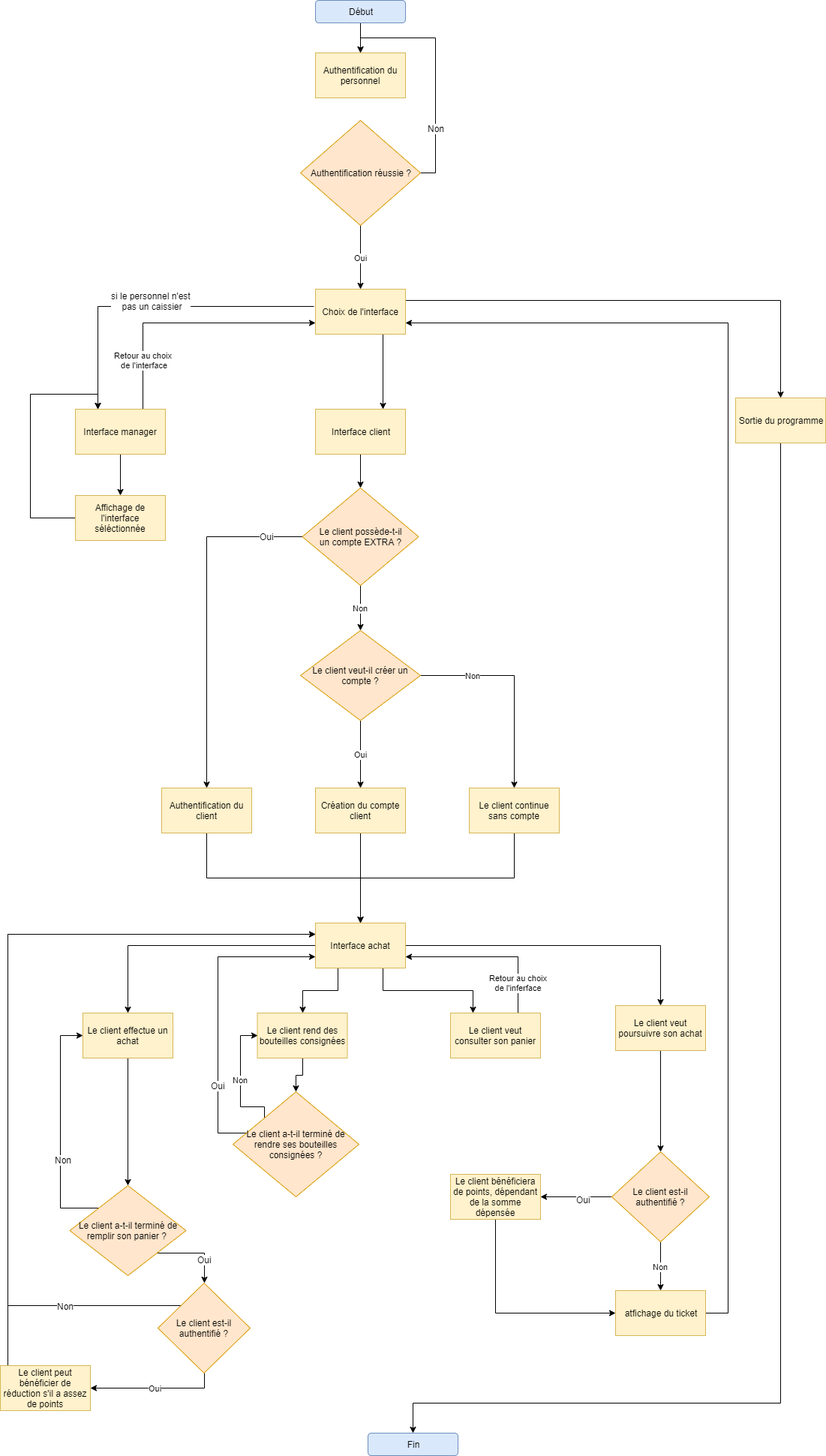
sleepy-monax/shop.c keeps this draw.io diagram as assets/organigramme.png. Above is the earlier version. Source tidied: cells renumbered, new cells last; positions are measured from the earlier drawing's top-left corner, leaving out a move shared by most shapes.
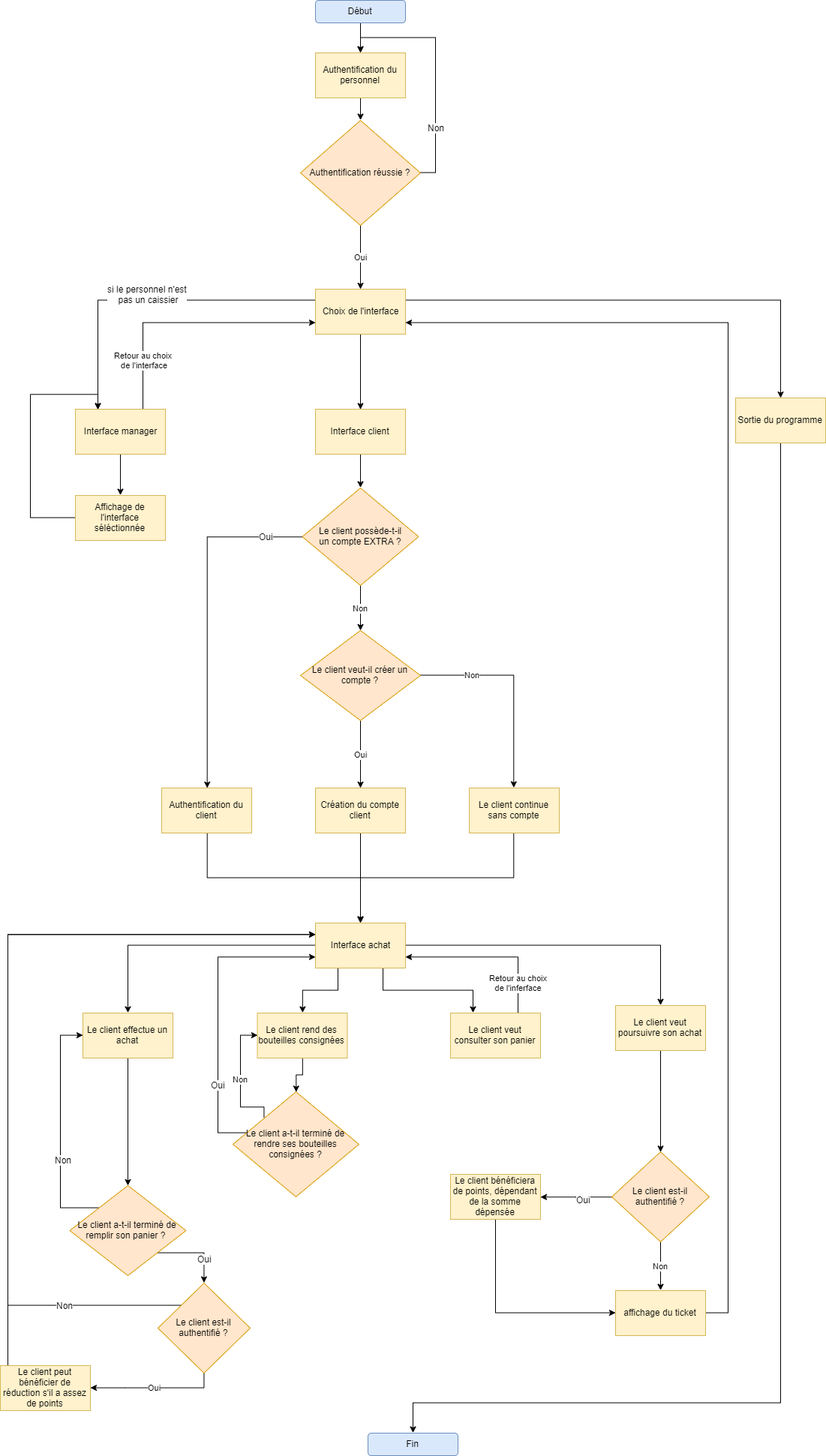
The same diagram one commit later.

Commit message:
Fixed grammar errors and the flowchart

Change to the diagram source:
```diff
@@ -11,11 +11,21 @@
     <mxCell id="4" value="Fin" style="rounded=1;whiteSpace=wrap;html=1;fillColor=#dae8fc;strokeColor=#6c8ebf;" parent="1" vertex="1">
       <mxGeometry x="490" y="1910" width="120" height="30" as="geometry" />
     </mxCell>
+    <mxCell id="73" style="edgeStyle=orthogonalEdgeStyle;rounded=0;jettySize=auto;html=1;exitX=0.5;exitY=1;exitDx=0;exitDy=0;entryX=0.5;entryY=0;entryDx=0;entryDy=0;" parent="1" edge="1" source="5" target="9">
+      <mxGeometry relative="1" as="geometry" />
+    </mxCell>
     <mxCell id="5" value="Authentification du personnel" style="rounded=0;whiteSpace=wrap;html=1;fillColor=#fff2cc;strokeColor=#d6b656;" parent="1" vertex="1">
       <mxGeometry x="420" y="70" width="120" height="60" as="geometry" />
     </mxCell>
-    <mxCell id="6" style="edgeStyle=orthogonalEdgeStyle;rounded=0;jettySize=auto;html=1;exitX=1;exitY=0.5;exitDx=0;exitDy=0;entryX=0.5;entryY=0;entryDx=0;entryDy=0;" parent="1" edge="1" source="9" target="5">
-      <mxGeometry relative="1" as="geometry" />
+    <mxCell id="6" style="edgeStyle=orthogonalEdgeStyle;rounded=0;jettySize=auto;html=1;exitX=1;exitY=0.5;exitDx=0;exitDy=0;" parent="1" edge="1" source="9">
+      <mxGeometry relative="1" as="geometry">
+        <mxPoint x="480" y="70" as="targetPoint" />
+        <Array as="points">
+          <mxPoint x="580" y="230" />
+          <mxPoint x="580" y="50" />
+          <mxPoint x="480" y="50" />
+        </Array>
+      </mxGeometry>
     </mxCell>
     <mxCell id="7" value="Non" style="text;html=1;align=center;verticalAlign=middle;labelBackgroundColor=#ffffff;" parent="6" vertex="1">
       <mxGeometry x="-0.5" relative="1" as="geometry" />
@@ -52,10 +62,10 @@
     <mxCell id="16" value="Interface client" style="rounded=0;whiteSpace=wrap;html=1;fillColor=#fff2cc;strokeColor=#d6b656;" parent="1" vertex="1">
       <mxGeometry x="420" y="545" width="120" height="60" as="geometry" />
     </mxCell>
-    <mxCell id="17" style="edgeStyle=orthogonalEdgeStyle;rounded=0;jettySize=auto;html=1;exitX=0.75;exitY=1;exitDx=0;exitDy=0;entryX=0.75;entryY=0;entryDx=0;entryDy=0;" parent="1" edge="1" source="21" target="16">
+    <mxCell id="17" style="edgeStyle=orthogonalEdgeStyle;rounded=0;jettySize=auto;html=1;exitX=0.5;exitY=1;exitDx=0;exitDy=0;entryX=0.5;entryY=0;entryDx=0;entryDy=0;" parent="1" edge="1" source="21" target="16">
       <mxGeometry relative="1" as="geometry" />
     </mxCell>
-    <mxCell id="18" style="edgeStyle=orthogonalEdgeStyle;rounded=0;jettySize=auto;html=1;exitX=-0.017;exitY=0.383;exitDx=0;exitDy=0;entryX=0.25;entryY=0;entryDx=0;entryDy=0;exitPerimeter=0;" parent="1" edge="1" source="21" target="14">
+    <mxCell id="18" style="edgeStyle=orthogonalEdgeStyle;rounded=0;jettySize=auto;html=1;exitX=0;exitY=0.25;exitDx=0;exitDy=0;entryX=0.25;entryY=0;entryDx=0;entryDy=0;" parent="1" edge="1" source="21" target="14">
       <mxGeometry relative="1" as="geometry" />
     </mxCell>
     <mxCell id="19" value="si le personnel n'est&lt;br&gt;&amp;nbsp;pas un caissier" style="text;html=1;align=center;verticalAlign=middle;labelBackgroundColor=#ffffff;" parent="18" vertex="1">
@@ -276,7 +286,7 @@
         </Array>
       </mxGeometry>
     </mxCell>
-    <mxCell id="72" value="atfichage du ticket" style="rounded=0;whiteSpace=wrap;html=1;fillColor=#fff2cc;strokeColor=#d6b656;" parent="1" vertex="1">
+    <mxCell id="72" value="affichage du ticket" style="rounded=0;whiteSpace=wrap;html=1;fillColor=#fff2cc;strokeColor=#d6b656;" parent="1" vertex="1">
       <mxGeometry x="820" y="1720" width="120" height="60" as="geometry" />
     </mxCell>
   </root>
```
